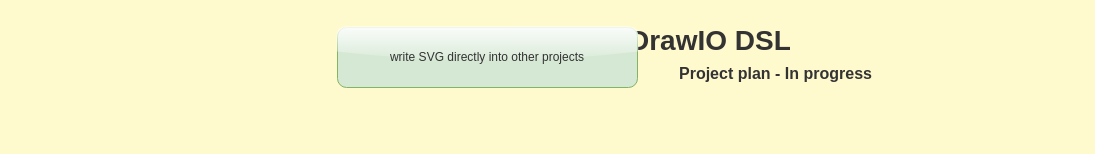
Before: page "In progress" (1 of 3) of spec/drawio_dsl/project-plans/drawio_dsl.drawio in klueless-io/drawio_dsl, a draw.io diagram. Source tidied: cells renumbered, new cells numbered last; positions are measured from the earlier drawing's top-left corner, leaving out a move shared by most shapes. Both pictures are drawn from the tidied source at 100%, with x=0, y=0 at pixel (337, 17).
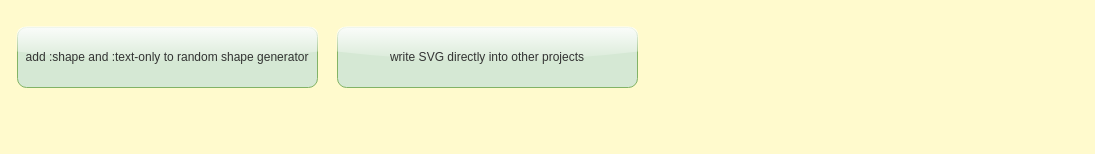
The same page after the edit.

Change to the diagram source:
```diff
@@
 <mxGraphModel background="#FFFACD">
   <root>
-    <mxCell id="0" />
-    <mxCell id="1" parent="0" />
-    <mxCell id="2" value="DrawIO DSL" style="text;fontSize=28;fontColor=#ffffff;fontStyle=1;fillColor=none;whiteSpace=wrap;html=1;rounded=1;glass=1;fontColor=#333333;" parent="1" vertex="1">
-      <mxGeometry x="290" width="400" height="80" as="geometry" />
-    </mxCell>
-    <mxCell id="3" value="Project plan - In progress" style="text;fontSize=16;fontColor=#ffffff;fontStyle=1;fillColor=none;whiteSpace=wrap;html=1;rounded=1;glass=1;fontColor=#333333;" parent="1" vertex="1">
-      <mxGeometry x="340" y="40" width="400" height="80" as="geometry" />
-    </mxCell>
+    <mxCell id="5" />
+    <mxCell id="6" parent="5" />
+    <mxCell id="7" value="add :shape and :text-only to random shape generator" style="whiteSpace=wrap;html=1;rounded=1;glass=1;fillColor=#d5e8d4;strokeColor=#82b366;fontColor=#333333;" parent="6" vertex="1">
+      <mxGeometry x="-320" y="10" width="300" height="60" as="geometry" />
+    </mxCell>
-    <mxCell id="4" value="write SVG directly into other projects" style="whiteSpace=wrap;html=1;rounded=1;glass=1;fillColor=#d5e8d4;strokeColor=#82b366;fontColor=#333333;" parent="1" vertex="1">
+    <mxCell id="4" value="write SVG directly into other projects" style="whiteSpace=wrap;html=1;rounded=1;glass=1;fillColor=#d5e8d4;strokeColor=#82b366;fontColor=#333333;" parent="6" vertex="1">
       <mxGeometry y="10" width="300" height="60" as="geometry" />
     </mxCell>
   </root>
 </mxGraphModel>
```
